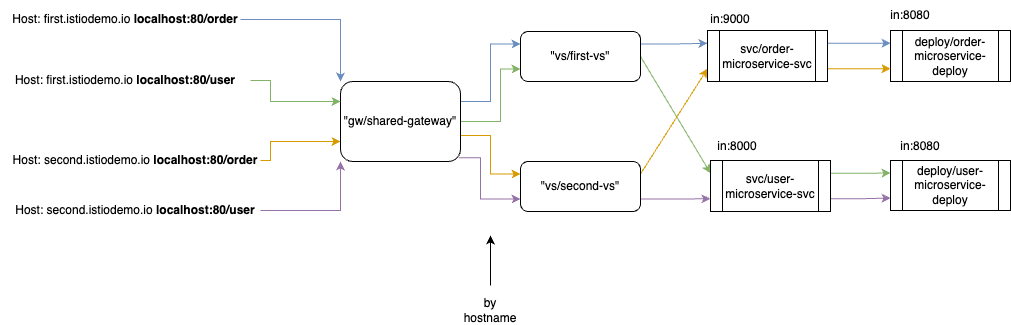
The draw.io diagram scenario1/vis.png in tastybug/istio-scenarios, before a commit. Source tidied: cells renumbered, new cells last; positions are measured from the earlier drawing's top-left corner, leaving out a move shared by most shapes. The source it was exported from:
```xml
<mxGraphModel>
  <root>
    <mxCell id="0" />
    <mxCell id="1" parent="0" />
    <mxCell id="2" style="edgeStyle=orthogonalEdgeStyle;rounded=0;jettySize=auto;html=1;entryX=0;entryY=0;entryDx=0;entryDy=0;fillColor=#dae8fc;strokeColor=#6c8ebf;" parent="1" edge="1" source="3" target="10">
      <mxGeometry relative="1" as="geometry" />
    </mxCell>
    <mxCell id="3" value="Host: first.istiodemo.io&amp;nbsp;&lt;b&gt;localhost:80/order&lt;/b&gt;" style="text;html=1;strokeColor=none;fillColor=none;align=center;verticalAlign=middle;whiteSpace=wrap;rounded=0;" parent="1" vertex="1">
      <mxGeometry x="10" y="4" width="230" height="30" as="geometry" />
    </mxCell>
    <mxCell id="4" style="edgeStyle=orthogonalEdgeStyle;rounded=0;jettySize=auto;html=1;entryX=0;entryY=0.75;entryDx=0;entryDy=0;fillColor=#ffe6cc;strokeColor=#d79b00;" parent="1" edge="1" source="5" target="10">
      <mxGeometry relative="1" as="geometry">
        <Array as="points">
          <mxPoint x="270" y="160" />
          <mxPoint x="270" y="141" />
        </Array>
      </mxGeometry>
    </mxCell>
    <mxCell id="5" value="Host: second.istiodemo.io &lt;b&gt;localhost:80/order&lt;/b&gt;" style="text;html=1;strokeColor=none;fillColor=none;align=center;verticalAlign=middle;whiteSpace=wrap;rounded=0;" parent="1" vertex="1">
      <mxGeometry x="10" y="145" width="250" height="30" as="geometry" />
    </mxCell>
    <mxCell id="6" style="edgeStyle=orthogonalEdgeStyle;rounded=0;jettySize=auto;html=1;entryX=0;entryY=0.25;entryDx=0;entryDy=0;fillColor=#dae8fc;strokeColor=#6c8ebf;exitX=1;exitY=0.25;exitDx=0;exitDy=0;" parent="1" edge="1" source="10" target="13">
      <mxGeometry relative="1" as="geometry" />
    </mxCell>
    <mxCell id="7" style="edgeStyle=orthogonalEdgeStyle;rounded=0;jettySize=auto;html=1;entryX=0;entryY=0.75;entryDx=0;entryDy=0;fillColor=#d5e8d4;strokeColor=#82b366;" parent="1" edge="1" source="10" target="13">
      <mxGeometry relative="1" as="geometry">
        <Array as="points">
          <mxPoint x="500" y="121" />
          <mxPoint x="500" y="69" />
        </Array>
      </mxGeometry>
    </mxCell>
    <mxCell id="8" style="edgeStyle=orthogonalEdgeStyle;rounded=0;jettySize=auto;html=1;entryX=0;entryY=0.25;entryDx=0;entryDy=0;fillColor=#ffe6cc;strokeColor=#d79b00;" parent="1" edge="1" source="10" target="16">
      <mxGeometry relative="1" as="geometry">
        <Array as="points">
          <mxPoint x="490" y="135" />
          <mxPoint x="490" y="174" />
        </Array>
      </mxGeometry>
    </mxCell>
    <mxCell id="9" style="edgeStyle=orthogonalEdgeStyle;rounded=0;jettySize=auto;html=1;entryX=0;entryY=0.75;entryDx=0;entryDy=0;exitX=0.986;exitY=0.954;exitDx=0;exitDy=0;exitPerimeter=0;fillColor=#e1d5e7;strokeColor=#9673a6;" parent="1" edge="1" source="10" target="16">
      <mxGeometry relative="1" as="geometry">
        <Array as="points">
          <mxPoint x="480" y="157" />
          <mxPoint x="480" y="199" />
        </Array>
      </mxGeometry>
    </mxCell>
    <mxCell id="10" value="&quot;gw/shared-gateway&quot;" style="rounded=1;whiteSpace=wrap;html=1;" parent="1" vertex="1">
      <mxGeometry x="340" y="81" width="120" height="80" as="geometry" />
    </mxCell>
    <mxCell id="11" style="edgeStyle=orthogonalEdgeStyle;rounded=0;jettySize=auto;html=1;entryX=0;entryY=0.25;entryDx=0;entryDy=0;exitX=1;exitY=0.25;exitDx=0;exitDy=0;fillColor=#dae8fc;strokeColor=#6c8ebf;" parent="1" edge="1" source="13" target="21">
      <mxGeometry relative="1" as="geometry" />
    </mxCell>
    <mxCell id="12" style="rounded=0;jettySize=auto;html=1;entryX=0;entryY=0.25;entryDx=0;entryDy=0;fillColor=#d5e8d4;strokeColor=#82b366;exitX=1;exitY=0.5;exitDx=0;exitDy=0;" parent="1" edge="1" source="13" target="24">
      <mxGeometry relative="1" as="geometry" />
    </mxCell>
    <mxCell id="13" value="&quot;vs/first-vs&quot;" style="rounded=1;whiteSpace=wrap;html=1;" parent="1" vertex="1">
      <mxGeometry x="520" y="31" width="120" height="50" as="geometry" />
    </mxCell>
    <mxCell id="14" style="rounded=0;jettySize=auto;html=1;entryX=0;entryY=0.75;entryDx=0;entryDy=0;fillColor=#ffe6cc;strokeColor=#d79b00;exitX=1;exitY=0.25;exitDx=0;exitDy=0;" parent="1" edge="1" source="16" target="21">
      <mxGeometry relative="1" as="geometry" />
    </mxCell>
    <mxCell id="15" style="edgeStyle=orthogonalEdgeStyle;rounded=0;jettySize=auto;html=1;entryX=0;entryY=0.75;entryDx=0;entryDy=0;exitX=1;exitY=0.75;exitDx=0;exitDy=0;fillColor=#e1d5e7;strokeColor=#9673a6;" parent="1" edge="1" source="16" target="24">
      <mxGeometry relative="1" as="geometry" />
    </mxCell>
    <mxCell id="16" value="&quot;vs/second-vs&quot;" style="rounded=1;whiteSpace=wrap;html=1;" parent="1" vertex="1">
      <mxGeometry x="520" y="161" width="120" height="50" as="geometry" />
    </mxCell>
    <mxCell id="17" value="deploy/order-microservice-deploy" style="shape=process;whiteSpace=wrap;html=1;backgroundOutline=1;" parent="1" vertex="1">
      <mxGeometry x="890" y="30" width="120" height="51" as="geometry" />
    </mxCell>
    <mxCell id="18" value="deploy/user-microservice-deploy" style="shape=process;whiteSpace=wrap;html=1;backgroundOutline=1;" parent="1" vertex="1">
      <mxGeometry x="890" y="160" width="120" height="50" as="geometry" />
    </mxCell>
    <mxCell id="19" style="edgeStyle=orthogonalEdgeStyle;rounded=0;jettySize=auto;html=1;entryX=0;entryY=0.25;entryDx=0;entryDy=0;exitX=1;exitY=0.25;exitDx=0;exitDy=0;fillColor=#dae8fc;strokeColor=#6c8ebf;" parent="1" edge="1" source="21" target="17">
      <mxGeometry relative="1" as="geometry" />
    </mxCell>
    <mxCell id="20" style="edgeStyle=orthogonalEdgeStyle;rounded=0;jettySize=auto;html=1;entryX=0;entryY=0.75;entryDx=0;entryDy=0;exitX=1;exitY=0.75;exitDx=0;exitDy=0;fillColor=#ffe6cc;strokeColor=#d79b00;" parent="1" edge="1" source="21" target="17">
      <mxGeometry relative="1" as="geometry" />
    </mxCell>
    <mxCell id="21" value="svc/order-microservice-svc" style="shape=process;whiteSpace=wrap;html=1;backgroundOutline=1;" parent="1" vertex="1">
      <mxGeometry x="707" y="30" width="120" height="51" as="geometry" />
    </mxCell>
    <mxCell id="22" style="edgeStyle=orthogonalEdgeStyle;rounded=0;jettySize=auto;html=1;entryX=0;entryY=0.25;entryDx=0;entryDy=0;fillColor=#d5e8d4;strokeColor=#82b366;exitX=1;exitY=0.25;exitDx=0;exitDy=0;" parent="1" edge="1" source="24" target="18">
      <mxGeometry relative="1" as="geometry" />
    </mxCell>
    <mxCell id="23" style="edgeStyle=orthogonalEdgeStyle;rounded=0;jettySize=auto;html=1;entryX=0;entryY=0.75;entryDx=0;entryDy=0;exitX=1;exitY=0.75;exitDx=0;exitDy=0;fillColor=#e1d5e7;strokeColor=#9673a6;" parent="1" edge="1" source="24" target="18">
      <mxGeometry relative="1" as="geometry" />
    </mxCell>
    <mxCell id="24" value="svc/user-microservice-svc" style="shape=process;whiteSpace=wrap;html=1;backgroundOutline=1;" parent="1" vertex="1">
      <mxGeometry x="710" y="160" width="120" height="51" as="geometry" />
    </mxCell>
    <mxCell id="25" value="in:8000" style="text;html=1;strokeColor=none;fillColor=none;align=center;verticalAlign=middle;whiteSpace=wrap;rounded=0;" parent="1" vertex="1">
      <mxGeometry x="707" y="131" width="60" height="30" as="geometry" />
    </mxCell>
    <mxCell id="26" value="in:9000" style="text;html=1;strokeColor=none;fillColor=none;align=center;verticalAlign=middle;whiteSpace=wrap;rounded=0;" parent="1" vertex="1">
      <mxGeometry x="700" y="4" width="60" height="30" as="geometry" />
    </mxCell>
    <mxCell id="27" style="edgeStyle=orthogonalEdgeStyle;rounded=0;jettySize=auto;html=1;entryX=0;entryY=0.25;entryDx=0;entryDy=0;fillColor=#d5e8d4;strokeColor=#82b366;" parent="1" edge="1" source="28" target="10">
      <mxGeometry relative="1" as="geometry">
        <Array as="points">
          <mxPoint x="270" y="80" />
          <mxPoint x="270" y="101" />
        </Array>
      </mxGeometry>
    </mxCell>
    <mxCell id="28" value="Host: first.istiodemo.io&amp;nbsp;&lt;b&gt;localhost:80/user&lt;/b&gt;" style="text;html=1;strokeColor=none;fillColor=none;align=center;verticalAlign=middle;whiteSpace=wrap;rounded=0;" parent="1" vertex="1">
      <mxGeometry y="65" width="250" height="30" as="geometry" />
    </mxCell>
    <mxCell id="29" style="edgeStyle=orthogonalEdgeStyle;rounded=0;jettySize=auto;html=1;entryX=0;entryY=1;entryDx=0;entryDy=0;fillColor=#e1d5e7;strokeColor=#9673a6;" parent="1" edge="1" source="30" target="10">
      <mxGeometry relative="1" as="geometry" />
    </mxCell>
    <mxCell id="30" value="Host: second.istiodemo.io &lt;b&gt;localhost:80/user&lt;/b&gt;" style="text;html=1;strokeColor=none;fillColor=none;align=center;verticalAlign=middle;whiteSpace=wrap;rounded=0;" parent="1" vertex="1">
      <mxGeometry x="10" y="195" width="250" height="30" as="geometry" />
    </mxCell>
    <mxCell id="31" value="in:8080" style="text;html=1;strokeColor=none;fillColor=none;align=center;verticalAlign=middle;whiteSpace=wrap;rounded=0;" parent="1" vertex="1">
      <mxGeometry x="880" width="60" height="30" as="geometry" />
    </mxCell>
    <mxCell id="32" value="in:8080" style="text;html=1;strokeColor=none;fillColor=none;align=center;verticalAlign=middle;whiteSpace=wrap;rounded=0;" parent="1" vertex="1">
      <mxGeometry x="890" y="131" width="60" height="30" as="geometry" />
    </mxCell>
    <mxCell id="33" style="endArrow=classic;html=1;rounded=0;" parent="1" edge="1">
      <mxGeometry relative="1" as="geometry">
        <mxPoint x="490" y="285" as="sourcePoint" />
        <mxPoint x="490" y="235" as="targetPoint" />
      </mxGeometry>
    </mxCell>
    <mxCell id="34" value="by hostname" style="text;html=1;strokeColor=none;fillColor=none;align=center;verticalAlign=middle;whiteSpace=wrap;rounded=0;" parent="1" vertex="1">
      <mxGeometry x="460" y="295" width="60" height="30" as="geometry" />
    </mxCell>
  </root>
</mxGraphModel>
```
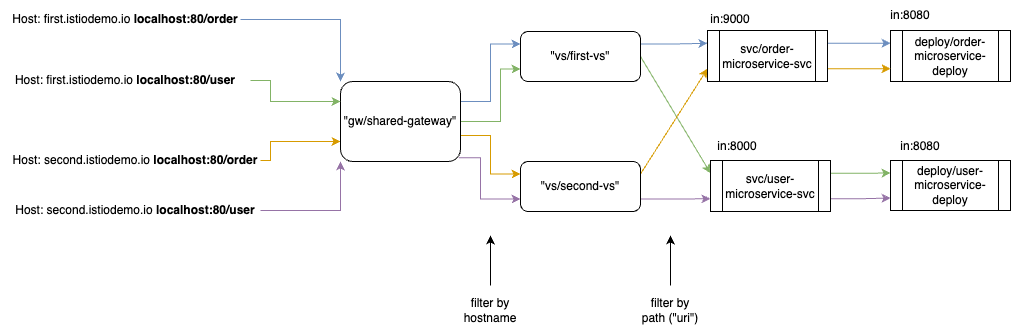
The same diagram one commit later.

The edit, as a diff of the source:
```diff
@@ -126,8 +126,17 @@
         <mxPoint x="490" y="235" as="targetPoint" />
       </mxGeometry>
     </mxCell>
-    <mxCell id="34" value="by hostname" style="text;html=1;strokeColor=none;fillColor=none;align=center;verticalAlign=middle;whiteSpace=wrap;rounded=0;" parent="1" vertex="1">
+    <mxCell id="34" value="filter by hostname" style="text;html=1;strokeColor=none;fillColor=none;align=center;verticalAlign=middle;whiteSpace=wrap;rounded=0;" parent="1" vertex="1">
       <mxGeometry x="460" y="295" width="60" height="30" as="geometry" />
     </mxCell>
+    <mxCell id="35" style="endArrow=classic;html=1;rounded=0;" parent="1" edge="1">
+      <mxGeometry relative="1" as="geometry">
+        <mxPoint x="670" y="285" as="sourcePoint" />
+        <mxPoint x="670" y="235" as="targetPoint" />
+      </mxGeometry>
+    </mxCell>
+    <mxCell id="36" value="filter by path (&quot;uri&quot;)" style="text;html=1;strokeColor=none;fillColor=none;align=center;verticalAlign=middle;whiteSpace=wrap;rounded=0;" parent="1" vertex="1">
+      <mxGeometry x="640" y="295" width="60" height="30" as="geometry" />
+    </mxCell>
   </root>
 </mxGraphModel>
```
